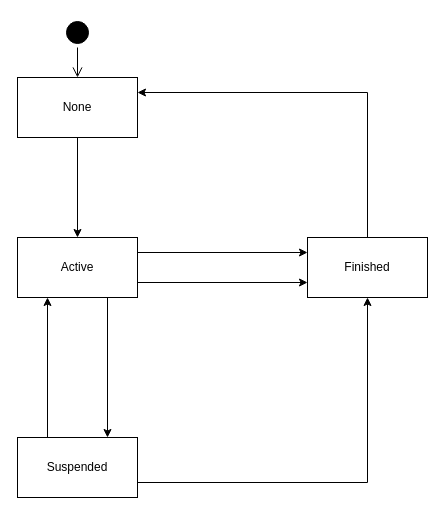
Before: proposal.drawio in vespasoft/my_uml_diagrams, a draw.io diagram. Source tidied: cells renumbered, new cells numbered last; positions are measured from the earlier drawing's top-left corner, leaving out a move shared by most shapes. Both pictures are drawn from the tidied source at 100%, with x=0, y=0 at pixel (17, 17).
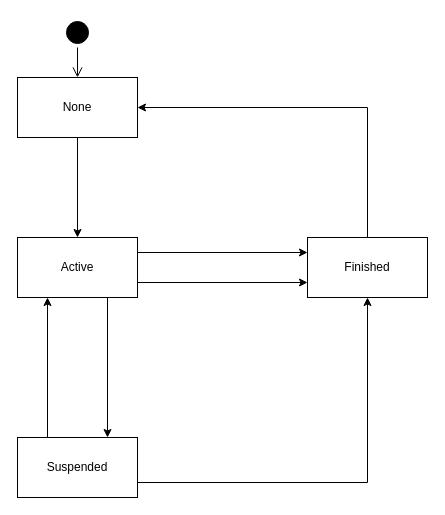
The same diagram, later.

Diff of the diagram source:
```diff
@@
 <mxGraphModel>
   <root>
     <mxCell id="0" />
     <mxCell id="1" parent="0" />
     <mxCell id="2" style="edgeStyle=orthogonalEdgeStyle;rounded=0;jettySize=auto;html=1;exitX=1;exitY=0.75;exitDx=0;exitDy=0;entryX=0;entryY=0.75;entryDx=0;entryDy=0;" parent="1" edge="1" source="3" target="7">
       <mxGeometry relative="1" as="geometry" />
     </mxCell>
     <mxCell id="3" value="Active" style="rounded=0;whiteSpace=wrap;html=1;" parent="1" vertex="1">
       <mxGeometry y="220" width="120" height="60" as="geometry" />
     </mxCell>
     <mxCell id="4" style="edgeStyle=orthogonalEdgeStyle;rounded=0;jettySize=auto;html=1;exitX=0.25;exitY=0;exitDx=0;exitDy=0;entryX=0.25;entryY=1;entryDx=0;entryDy=0;" parent="1" edge="1" source="6" target="3">
       <mxGeometry relative="1" as="geometry" />
     </mxCell>
     <mxCell id="5" style="edgeStyle=orthogonalEdgeStyle;rounded=0;jettySize=auto;html=1;exitX=1;exitY=0.75;exitDx=0;exitDy=0;entryX=0.5;entryY=1;entryDx=0;entryDy=0;" parent="1" edge="1" source="6" target="7">
       <mxGeometry relative="1" as="geometry" />
     </mxCell>
     <mxCell id="6" value="Suspended" style="rounded=0;whiteSpace=wrap;html=1;" parent="1" vertex="1">
       <mxGeometry y="420" width="120" height="60" as="geometry" />
     </mxCell>
     <mxCell id="7" value="Finished" style="rounded=0;whiteSpace=wrap;html=1;" parent="1" vertex="1">
       <mxGeometry x="290" y="220" width="120" height="60" as="geometry" />
     </mxCell>
     <mxCell id="8" value="None" style="rounded=0;whiteSpace=wrap;html=1;" parent="1" vertex="1">
       <mxGeometry y="60" width="120" height="60" as="geometry" />
     </mxCell>
     <mxCell id="9" style="endArrow=classic;html=1;rounded=0;exitX=1;exitY=0.25;exitDx=0;exitDy=0;entryX=0;entryY=0.25;entryDx=0;entryDy=0;" parent="1" edge="1" source="3" target="7">
       <mxGeometry relative="1" as="geometry" />
     </mxCell>
     <mxCell id="10" style="endArrow=classic;html=1;rounded=0;exitX=0.5;exitY=1;exitDx=0;exitDy=0;entryX=0.5;entryY=0;entryDx=0;entryDy=0;" parent="1" edge="1" source="8" target="3">
       <mxGeometry relative="1" as="geometry" />
     </mxCell>
-    <mxCell id="11" style="endArrow=classic;html=1;rounded=0;entryX=1;entryY=0.25;entryDx=0;entryDy=0;exitX=0.5;exitY=0;exitDx=0;exitDy=0;" parent="1" edge="1" source="7" target="8">
+    <mxCell id="11" style="endArrow=classic;html=1;rounded=0;entryX=1;entryY=0.5;entryDx=0;entryDy=0;exitX=0.5;exitY=0;exitDx=0;exitDy=0;" parent="1" edge="1" source="7" target="8">
       <mxGeometry relative="1" as="geometry">
         <Array as="points">
-          <mxPoint x="350" y="75" />
+          <mxPoint x="350" y="90" />
         </Array>
       </mxGeometry>
     </mxCell>
     <mxCell id="12" style="endArrow=classic;html=1;rounded=0;exitX=0.75;exitY=1;exitDx=0;exitDy=0;entryX=0.75;entryY=0;entryDx=0;entryDy=0;" parent="1" edge="1" source="3" target="6">
       <mxGeometry relative="1" as="geometry" />
     </mxCell>
     <mxCell id="13" style="ellipse;html=1;shape=startState;fillColor=#000000;strokeColor=#000000;" parent="1" vertex="1">
       <mxGeometry x="45" width="30" height="30" as="geometry" />
     </mxCell>
     <mxCell id="14" style="edgeStyle=orthogonalEdgeStyle;html=1;verticalAlign=bottom;endArrow=open;endSize=8;strokeColor=#000000;rounded=0;entryX=0.5;entryY=0;entryDx=0;entryDy=0;" parent="1" edge="1" source="13" target="8">
       <mxGeometry relative="1" as="geometry" />
     </mxCell>
   </root>
 </mxGraphModel>
```
